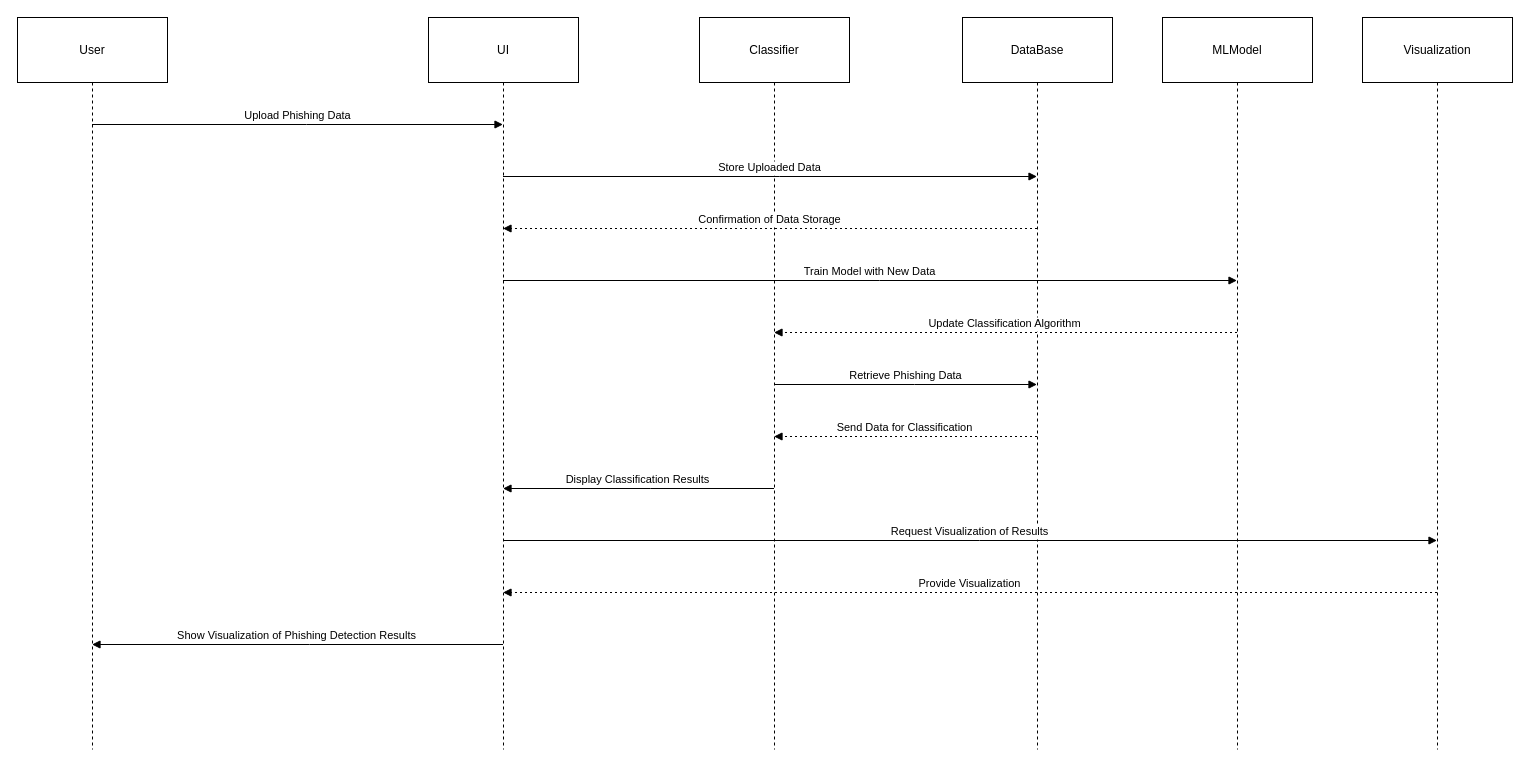
The draw.io diagram PhishNet Sequence UML.drawio in ElyssaR-03/PhishNet, before the edit. Source tidied: cells renumbered, new cells numbered last; positions are measured from the earlier drawing's top-left corner, leaving out a move shared by most shapes. Both pictures are drawn from the tidied source at 100%, with x=0, y=0 at pixel (17, 17).
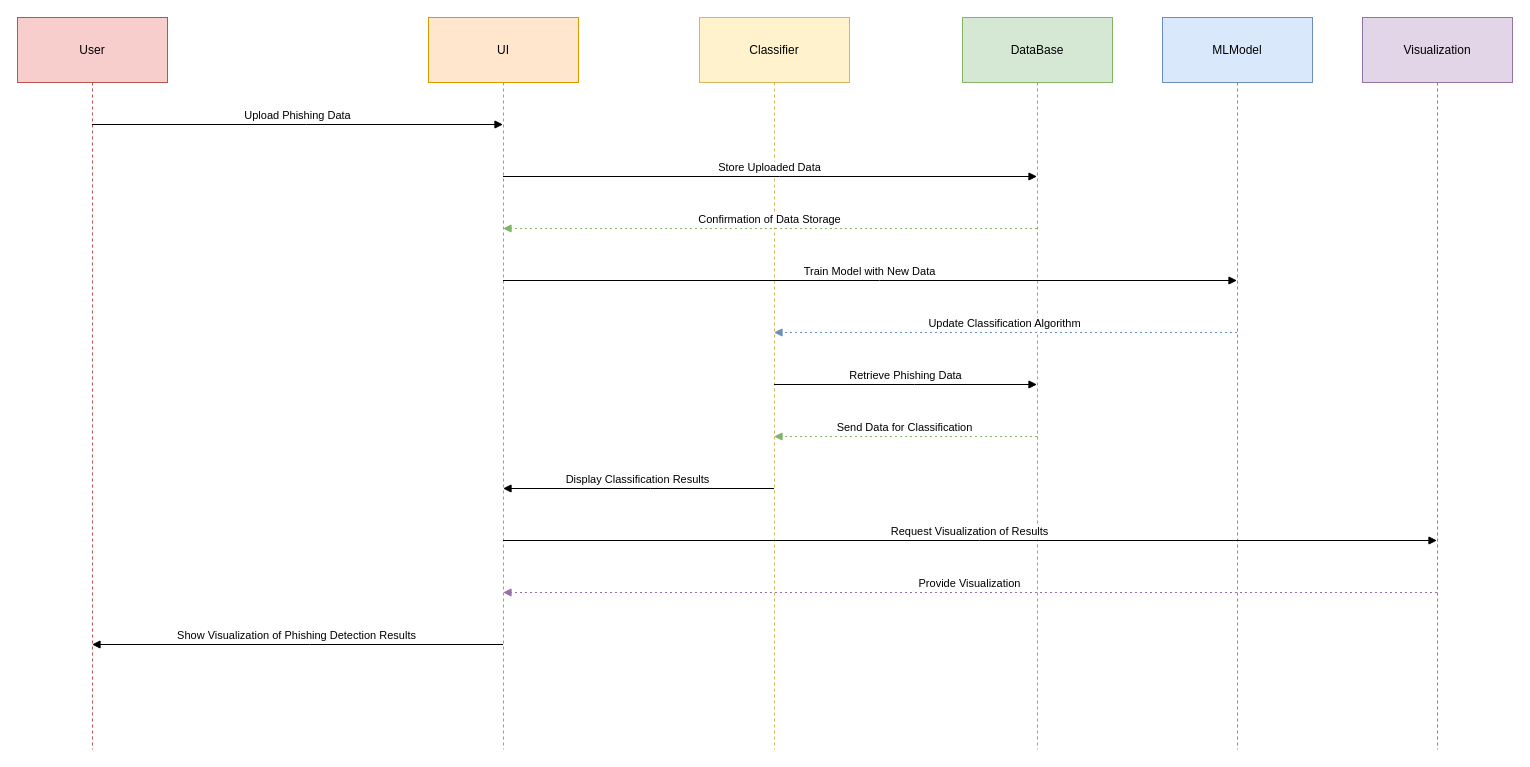
The same page after the edit.

The edit, as a diff of the source:
```diff
@@
-    <mxCell id="2" value="User" style="shape=umlLifeline;perimeter=lifelinePerimeter;whiteSpace=wrap;outlineConnect=0;portConstraint=eastwest;newEdgeStyle={&quot;edgeStyle&quot;:&quot;elbowEdgeStyle&quot;,&quot;elbow&quot;:&quot;vertical&quot;,&quot;curved&quot;:0,&quot;rounded&quot;:0};size=65;" parent="1" vertex="1">
+    <mxCell id="2" value="User" style="shape=umlLifeline;perimeter=lifelinePerimeter;whiteSpace=wrap;outlineConnect=0;portConstraint=eastwest;newEdgeStyle={&quot;edgeStyle&quot;:&quot;elbowEdgeStyle&quot;,&quot;elbow&quot;:&quot;vertical&quot;,&quot;curved&quot;:0,&quot;rounded&quot;:0};size=65;fillColor=#f8cecc;strokeColor=#b85450;" parent="1" vertex="1">
       <mxGeometry width="150" height="732" as="geometry" />
     </mxCell>
-    <mxCell id="3" value="UI" style="shape=umlLifeline;perimeter=lifelinePerimeter;whiteSpace=wrap;outlineConnect=0;portConstraint=eastwest;newEdgeStyle={&quot;edgeStyle&quot;:&quot;elbowEdgeStyle&quot;,&quot;elbow&quot;:&quot;vertical&quot;,&quot;curved&quot;:0,&quot;rounded&quot;:0};size=65;" parent="1" vertex="1">
+    <mxCell id="3" value="UI" style="shape=umlLifeline;perimeter=lifelinePerimeter;whiteSpace=wrap;outlineConnect=0;portConstraint=eastwest;newEdgeStyle={&quot;edgeStyle&quot;:&quot;elbowEdgeStyle&quot;,&quot;elbow&quot;:&quot;vertical&quot;,&quot;curved&quot;:0,&quot;rounded&quot;:0};size=65;fillColor=#ffe6cc;strokeColor=#d79b00;" parent="1" vertex="1">
       <mxGeometry x="411" width="150" height="732" as="geometry" />
     </mxCell>
-    <mxCell id="4" value="Classifier" style="shape=umlLifeline;perimeter=lifelinePerimeter;whiteSpace=wrap;outlineConnect=0;portConstraint=eastwest;newEdgeStyle={&quot;edgeStyle&quot;:&quot;elbowEdgeStyle&quot;,&quot;elbow&quot;:&quot;vertical&quot;,&quot;curved&quot;:0,&quot;rounded&quot;:0};size=65;" parent="1" vertex="1">
+    <mxCell id="4" value="Classifier" style="shape=umlLifeline;perimeter=lifelinePerimeter;whiteSpace=wrap;outlineConnect=0;portConstraint=eastwest;newEdgeStyle={&quot;edgeStyle&quot;:&quot;elbowEdgeStyle&quot;,&quot;elbow&quot;:&quot;vertical&quot;,&quot;curved&quot;:0,&quot;rounded&quot;:0};size=65;fillColor=#fff2cc;strokeColor=#d6b656;" parent="1" vertex="1">
       <mxGeometry x="682" width="150" height="732" as="geometry" />
     </mxCell>
-    <mxCell id="5" value="DataBase" style="shape=umlLifeline;perimeter=lifelinePerimeter;whiteSpace=wrap;outlineConnect=0;portConstraint=eastwest;newEdgeStyle={&quot;edgeStyle&quot;:&quot;elbowEdgeStyle&quot;,&quot;elbow&quot;:&quot;vertical&quot;,&quot;curved&quot;:0,&quot;rounded&quot;:0};size=65;" parent="1" vertex="1">
+    <mxCell id="5" value="DataBase" style="shape=umlLifeline;perimeter=lifelinePerimeter;whiteSpace=wrap;outlineConnect=0;portConstraint=eastwest;newEdgeStyle={&quot;edgeStyle&quot;:&quot;elbowEdgeStyle&quot;,&quot;elbow&quot;:&quot;vertical&quot;,&quot;curved&quot;:0,&quot;rounded&quot;:0};size=65;fillColor=#d5e8d4;strokeColor=#82b366;" parent="1" vertex="1">
       <mxGeometry x="945" width="150" height="732" as="geometry" />
     </mxCell>
-    <mxCell id="6" value="MLModel" style="shape=umlLifeline;perimeter=lifelinePerimeter;whiteSpace=wrap;outlineConnect=0;portConstraint=eastwest;newEdgeStyle={&quot;edgeStyle&quot;:&quot;elbowEdgeStyle&quot;,&quot;elbow&quot;:&quot;vertical&quot;,&quot;curved&quot;:0,&quot;rounded&quot;:0};size=65;" parent="1" vertex="1">
+    <mxCell id="6" value="MLModel" style="shape=umlLifeline;perimeter=lifelinePerimeter;whiteSpace=wrap;outlineConnect=0;portConstraint=eastwest;newEdgeStyle={&quot;edgeStyle&quot;:&quot;elbowEdgeStyle&quot;,&quot;elbow&quot;:&quot;vertical&quot;,&quot;curved&quot;:0,&quot;rounded&quot;:0};size=65;fillColor=#dae8fc;strokeColor=#6c8ebf;" parent="1" vertex="1">
       <mxGeometry x="1145" width="150" height="732" as="geometry" />
     </mxCell>
-    <mxCell id="7" value="Visualization" style="shape=umlLifeline;perimeter=lifelinePerimeter;whiteSpace=wrap;outlineConnect=0;portConstraint=eastwest;newEdgeStyle={&quot;edgeStyle&quot;:&quot;elbowEdgeStyle&quot;,&quot;elbow&quot;:&quot;vertical&quot;,&quot;curved&quot;:0,&quot;rounded&quot;:0};size=65;" parent="1" vertex="1">
+    <mxCell id="7" value="Visualization" style="shape=umlLifeline;perimeter=lifelinePerimeter;whiteSpace=wrap;outlineConnect=0;portConstraint=eastwest;newEdgeStyle={&quot;edgeStyle&quot;:&quot;elbowEdgeStyle&quot;,&quot;elbow&quot;:&quot;vertical&quot;,&quot;curved&quot;:0,&quot;rounded&quot;:0};size=65;fillColor=#e1d5e7;strokeColor=#9673a6;" parent="1" vertex="1">
       <mxGeometry x="1345" width="150" height="732" as="geometry" />
     </mxCell>
@@
-    <mxCell id="10" value="Confirmation of Data Storage" style="verticalAlign=bottom;edgeStyle=elbowEdgeStyle;elbow=vertical;curved=0;rounded=0;dashed=1;dashPattern=2 3;endArrow=block;" parent="1" edge="1" source="5" target="3">
+    <mxCell id="10" value="Confirmation of Data Storage" style="verticalAlign=bottom;edgeStyle=elbowEdgeStyle;elbow=vertical;curved=0;rounded=0;dashed=1;dashPattern=2 3;endArrow=block;fillColor=#d5e8d4;strokeColor=#82b366;" parent="1" edge="1" source="5" target="3">
       <mxGeometry relative="1" as="geometry">
         <Array as="points">
           <mxPoint x="765" y="211" />
         </Array>
       </mxGeometry>
     </mxCell>
@@
-    <mxCell id="12" value="Update Classification Algorithm" style="verticalAlign=bottom;edgeStyle=elbowEdgeStyle;elbow=vertical;curved=0;rounded=0;dashed=1;dashPattern=2 3;endArrow=block;" parent="1" edge="1" source="6" target="4">
+    <mxCell id="12" value="Update Classification Algorithm" style="verticalAlign=bottom;edgeStyle=elbowEdgeStyle;elbow=vertical;curved=0;rounded=0;dashed=1;dashPattern=2 3;endArrow=block;fillColor=#dae8fc;strokeColor=#6c8ebf;" parent="1" edge="1" source="6" target="4">
       <mxGeometry relative="1" as="geometry">
         <Array as="points">
           <mxPoint x="1000" y="315" />
         </Array>
       </mxGeometry>
     </mxCell>
@@
-    <mxCell id="14" value="Send Data for Classification" style="verticalAlign=bottom;edgeStyle=elbowEdgeStyle;elbow=vertical;curved=0;rounded=0;dashed=1;dashPattern=2 3;endArrow=block;" parent="1" edge="1" source="5" target="4">
+    <mxCell id="14" value="Send Data for Classification" style="verticalAlign=bottom;edgeStyle=elbowEdgeStyle;elbow=vertical;curved=0;rounded=0;dashed=1;dashPattern=2 3;endArrow=block;fillColor=#d5e8d4;strokeColor=#82b366;" parent="1" edge="1" source="5" target="4">
       <mxGeometry relative="1" as="geometry">
         <Array as="points">
           <mxPoint x="900" y="419" />
         </Array>
       </mxGeometry>
     </mxCell>
@@
-    <mxCell id="17" value="Provide Visualization" style="verticalAlign=bottom;edgeStyle=elbowEdgeStyle;elbow=vertical;curved=0;rounded=0;dashed=1;dashPattern=2 3;endArrow=block;" parent="1" edge="1" source="7" target="3">
+    <mxCell id="17" value="Provide Visualization" style="verticalAlign=bottom;edgeStyle=elbowEdgeStyle;elbow=vertical;curved=0;rounded=0;dashed=1;dashPattern=2 3;endArrow=block;fillColor=#e1d5e7;strokeColor=#9673a6;" parent="1" edge="1" source="7" target="3">
       <mxGeometry relative="1" as="geometry">
         <Array as="points">
           <mxPoint x="965" y="575" />
         </Array>
       </mxGeometry>
     </mxCell>
```
